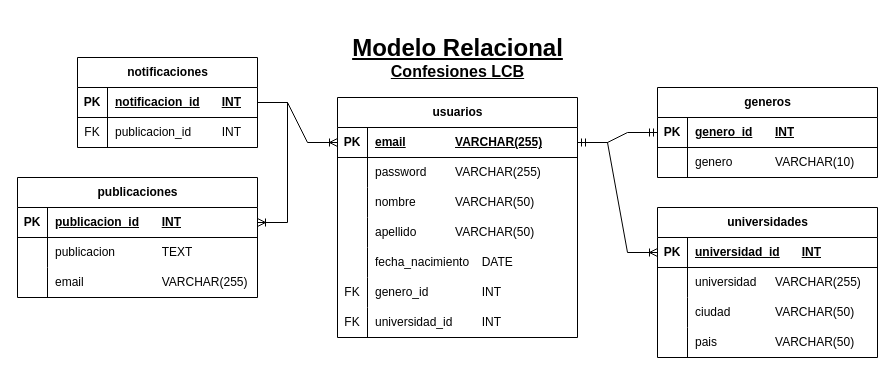
sergioromero2k/2K_CodeConfessionsLCB keeps this draw.io diagram as Mod_ERL_REL_confesionesLCB.drawio. Above is the earlier version. Source tidied: cells renumbered, new cells numbered last; positions are measured from the earlier drawing's top-left corner, leaving out a move shared by most shapes. Both pictures are drawn from the tidied source at 100%, with x=0, y=0 at pixel (17, 27).
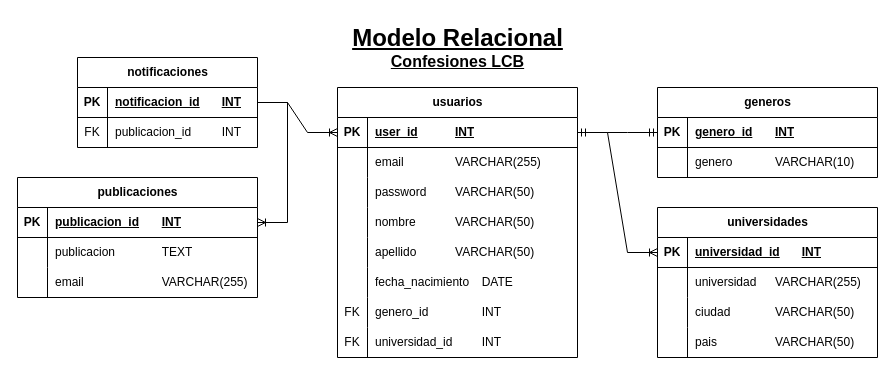
After the change.

The change refers to these unchanged cells:
```xml
<mxCell id="3" style="shape=tableRow;horizontal=0;startSize=0;swimlaneHead=0;swimlaneBody=0;fillColor=none;points=[[0,0.5],[1,0.5]];portConstraint=eastwest;top=0;left=0;right=0;bottom=1;" parent="2" vertex="1">
  <mxGeometry y="30" width="240" height="30" as="geometry" />
</mxCell>
<mxCell id="6" style="shape=tableRow;horizontal=0;startSize=0;swimlaneHead=0;swimlaneBody=0;fillColor=none;top=0;left=0;right=0;bottom=0;" parent="2" vertex="1">
  <mxGeometry y="60" width="240" height="30" as="geometry" />
</mxCell>
<mxCell id="9" style="shape=tableRow;horizontal=0;startSize=0;swimlaneHead=0;swimlaneBody=0;fillColor=none;top=0;left=0;right=0;bottom=0;" parent="2" vertex="1">
  <mxGeometry y="90" width="240" height="30" as="geometry" />
</mxCell>
<mxCell id="12" style="shape=tableRow;horizontal=0;startSize=0;swimlaneHead=0;swimlaneBody=0;fillColor=none;top=0;left=0;right=0;bottom=0;" parent="2" vertex="1">
  <mxGeometry y="120" width="240" height="30" as="geometry" />
</mxCell>
<mxCell id="15" style="shape=tableRow;horizontal=0;startSize=0;swimlaneHead=0;swimlaneBody=0;fillColor=none;top=0;left=0;right=0;bottom=0;" parent="2" vertex="1">
  <mxGeometry y="150" width="240" height="30" as="geometry" />
</mxCell>
<mxCell id="18" style="shape=tableRow;horizontal=0;startSize=0;swimlaneHead=0;swimlaneBody=0;fillColor=none;top=0;left=0;right=0;bottom=0;" parent="2" vertex="1">
  <mxGeometry y="180" width="240" height="30" as="geometry" />
</mxCell>
<mxCell id="21" style="shape=tableRow;horizontal=0;startSize=0;swimlaneHead=0;swimlaneBody=0;fillColor=none;top=0;left=0;right=0;bottom=0;" parent="2" vertex="1">
  <mxGeometry y="210" width="240" height="30" as="geometry" />
</mxCell>
```

Change to the diagram source:
```diff
@@
     <mxCell id="2" value="usuarios" style="shape=table;startSize=30;childLayout=tableLayout;rowLines=0;fontStyle=1;align=center;html=1;" parent="1" vertex="1">
-      <mxGeometry x="320" y="70" width="240" height="240" as="geometry" />
+      <mxGeometry x="320" y="60" width="240" height="270" as="geometry" />
     </mxCell>
@@
-    <mxCell id="5" value="email&lt;span style=&quot;white-space: pre;&quot;&gt;&#9;&lt;span style=&quot;white-space: pre;&quot;&gt;&#9;&lt;/span&gt;&lt;/span&gt;VARCHAR(255)" style="shape=partialRectangle;fillColor=none;top=0;left=0;bottom=0;right=0;align=left;spacingLeft=6;fontStyle=5;overflow=hidden;whiteSpace=wrap;html=1;" parent="3" vertex="1">
+    <mxCell id="5" value="user_id&lt;span style=&quot;white-space: pre;&quot;&gt;&#9;&lt;/span&gt;&lt;span style=&quot;white-space: pre;&quot;&gt;&#9;&lt;/span&gt;INT" style="shape=partialRectangle;fillColor=none;top=0;left=0;bottom=0;right=0;align=left;spacingLeft=6;fontStyle=5;overflow=hidden;whiteSpace=wrap;html=1;" parent="3" vertex="1">
       <mxGeometry x="30" width="210" height="30" as="geometry" />
     </mxCell>
@@
-    <mxCell id="8" value="password&lt;span style=&quot;white-space: pre;&quot;&gt;&#9;&lt;/span&gt;&lt;span style=&quot;white-space: pre;&quot;&gt;&#9;&lt;/span&gt;VARCHAR(255)" style="shape=partialRectangle;fillColor=none;top=0;left=0;bottom=0;right=0;align=left;spacingLeft=6;overflow=hidden;whiteSpace=wrap;html=1;" parent="6" vertex="1">
+    <mxCell id="8" value="email&lt;span style=&quot;white-space: pre;&quot;&gt;&#9;&lt;/span&gt;&lt;span style=&quot;white-space: pre;&quot;&gt;&#9;&lt;/span&gt;VARCHAR(255)" style="shape=partialRectangle;fillColor=none;top=0;left=0;bottom=0;right=0;align=left;spacingLeft=6;overflow=hidden;whiteSpace=wrap;html=1;" parent="6" vertex="1">
       <mxGeometry x="30" width="210" height="30" as="geometry" />
     </mxCell>
@@
-    <mxCell id="11" value="nombre&lt;span style=&quot;white-space: pre;&quot;&gt;&#9;&lt;/span&gt;&lt;span style=&quot;white-space: pre;&quot;&gt;&#9;&lt;/span&gt;VARCHAR(50)" style="shape=partialRectangle;fillColor=none;top=0;left=0;bottom=0;right=0;align=left;spacingLeft=6;overflow=hidden;whiteSpace=wrap;html=1;" parent="9" vertex="1">
+    <mxCell id="11" value="password&lt;span style=&quot;white-space: pre;&quot;&gt;&#9;&lt;/span&gt;&lt;span style=&quot;white-space: pre;&quot;&gt;&#9;&lt;/span&gt;VARCHAR(50)" style="shape=partialRectangle;fillColor=none;top=0;left=0;bottom=0;right=0;align=left;spacingLeft=6;overflow=hidden;whiteSpace=wrap;html=1;" parent="9" vertex="1">
       <mxGeometry x="30" width="210" height="30" as="geometry" />
     </mxCell>
@@
-    <mxCell id="14" value="apellido&lt;span style=&quot;white-space: pre;&quot;&gt;&#9;&lt;/span&gt;&lt;span style=&quot;white-space: pre;&quot;&gt;&#9;&lt;/span&gt;VARCHAR(50)" style="shape=partialRectangle;fillColor=none;top=0;left=0;bottom=0;right=0;align=left;spacingLeft=6;overflow=hidden;whiteSpace=wrap;html=1;" parent="12" vertex="1">
+    <mxCell id="14" value="nombre&lt;span style=&quot;white-space: pre;&quot;&gt;&#9;&lt;/span&gt;&lt;span style=&quot;white-space: pre;&quot;&gt;&#9;&lt;/span&gt;VARCHAR(50)" style="shape=partialRectangle;fillColor=none;top=0;left=0;bottom=0;right=0;align=left;spacingLeft=6;overflow=hidden;whiteSpace=wrap;html=1;" parent="12" vertex="1">
       <mxGeometry x="30" width="210" height="30" as="geometry" />
     </mxCell>
@@
-    <mxCell id="17" value="fecha_nacimiento&lt;span style=&quot;white-space: pre;&quot;&gt;&#9;&lt;/span&gt;DATE" style="shape=partialRectangle;fillColor=none;top=0;left=0;bottom=0;right=0;align=left;spacingLeft=6;overflow=hidden;whiteSpace=wrap;html=1;" parent="15" vertex="1">
+    <mxCell id="17" value="apellido&lt;span style=&quot;white-space: pre;&quot;&gt;&#9;&lt;/span&gt;&lt;span style=&quot;white-space: pre;&quot;&gt;&#9;&lt;/span&gt;VARCHAR(50)" style="shape=partialRectangle;fillColor=none;top=0;left=0;bottom=0;right=0;align=left;spacingLeft=6;overflow=hidden;whiteSpace=wrap;html=1;" parent="15" vertex="1">
       <mxGeometry x="30" width="210" height="30" as="geometry" />
     </mxCell>
@@
-    <mxCell id="19" value="FK" style="shape=partialRectangle;fillColor=none;top=0;left=0;bottom=0;right=0;overflow=hidden;whiteSpace=wrap;html=1;" parent="18" vertex="1">
+    <mxCell id="19" style="shape=partialRectangle;fillColor=none;top=0;left=0;bottom=0;right=0;overflow=hidden;whiteSpace=wrap;html=1;" parent="18" vertex="1">
       <mxGeometry width="30" height="30" as="geometry" />
     </mxCell>
-    <mxCell id="20" value="genero_id&lt;span style=&quot;white-space: pre;&quot;&gt;&#9;&lt;/span&gt;&lt;span style=&quot;white-space: pre;&quot;&gt;&#9;&lt;/span&gt;INT" style="shape=partialRectangle;fillColor=none;top=0;left=0;bottom=0;right=0;align=left;spacingLeft=6;overflow=hidden;whiteSpace=wrap;html=1;" parent="18" vertex="1">
+    <mxCell id="20" value="fecha_nacimiento&lt;span style=&quot;white-space: pre;&quot;&gt;&#9;&lt;/span&gt;DATE" style="shape=partialRectangle;fillColor=none;top=0;left=0;bottom=0;right=0;align=left;spacingLeft=6;overflow=hidden;whiteSpace=wrap;html=1;" parent="18" vertex="1">
       <mxGeometry x="30" width="210" height="30" as="geometry" />
     </mxCell>
@@
-    <mxCell id="23" value="universidad_id&lt;span style=&quot;white-space: pre;&quot;&gt;&#9;&lt;/span&gt;&lt;span style=&quot;white-space: pre;&quot;&gt;&#9;&lt;/span&gt;INT" style="shape=partialRectangle;fillColor=none;top=0;left=0;bottom=0;right=0;align=left;spacingLeft=6;overflow=hidden;whiteSpace=wrap;html=1;" parent="21" vertex="1">
+    <mxCell id="23" value="genero_id&lt;span style=&quot;white-space: pre;&quot;&gt;&#9;&lt;/span&gt;&lt;span style=&quot;white-space: pre;&quot;&gt;&#9;&lt;/span&gt;INT" style="shape=partialRectangle;fillColor=none;top=0;left=0;bottom=0;right=0;align=left;spacingLeft=6;overflow=hidden;whiteSpace=wrap;html=1;" parent="21" vertex="1">
       <mxGeometry x="30" width="210" height="30" as="geometry" />
     </mxCell>
+    <mxCell id="66" style="shape=tableRow;horizontal=0;startSize=0;swimlaneHead=0;swimlaneBody=0;fillColor=none;top=0;left=0;right=0;bottom=0;" parent="2" vertex="1">
+      <mxGeometry y="240" width="240" height="30" as="geometry" />
+    </mxCell>
+    <mxCell id="67" style="shape=partialRectangle;fillColor=none;top=0;left=0;bottom=0;right=0;overflow=hidden;whiteSpace=wrap;html=1;" parent="66" vertex="1">
+      <mxGeometry width="30" height="30" as="geometry" />
+    </mxCell>
+    <mxCell id="68" value="universidad_id&lt;span style=&quot;white-space: pre;&quot;&gt;&#9;&lt;/span&gt;&lt;span style=&quot;white-space: pre;&quot;&gt;&#9;&lt;/span&gt;INT" style="shape=partialRectangle;fillColor=none;top=0;left=0;bottom=0;right=0;align=left;spacingLeft=6;overflow=hidden;whiteSpace=wrap;html=1;" parent="66" vertex="1">
+      <mxGeometry x="30" width="210" height="30" as="geometry" />
+    </mxCell>
@@
     <mxCell id="61" value="&lt;font style=&quot;font-size: 24px;&quot;&gt;&lt;b&gt;&lt;u&gt;Modelo Relacional&lt;/u&gt;&lt;/b&gt;&lt;/font&gt;&lt;div&gt;&lt;font size=&quot;3&quot;&gt;&lt;b&gt;&lt;u&gt;Confesiones LCB&lt;/u&gt;&lt;/b&gt;&lt;/font&gt;&lt;/div&gt;" style="text;html=1;align=center;verticalAlign=middle;whiteSpace=wrap;rounded=0;" parent="1" vertex="1">
-      <mxGeometry x="147.5" width="585" height="60" as="geometry" />
+      <mxGeometry x="147.5" y="-10" width="585" height="60" as="geometry" />
     </mxCell>
@@
+    <mxCell id="69" value="FK" style="shape=partialRectangle;fillColor=none;top=0;left=0;bottom=0;right=0;overflow=hidden;whiteSpace=wrap;html=1;" parent="1" vertex="1">
+      <mxGeometry x="320" y="300" width="30" height="30" as="geometry" />
+    </mxCell>
```
